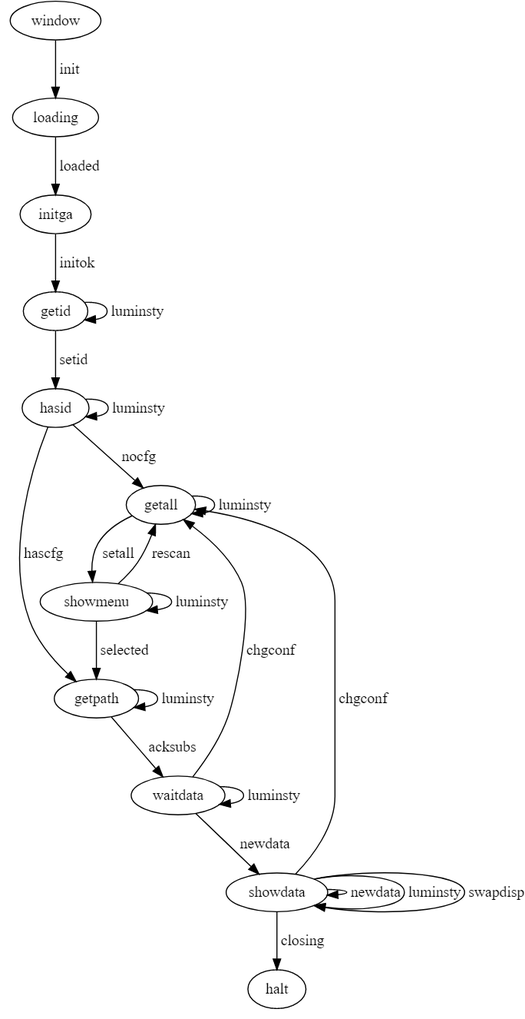
Before: instrujs/timestui/src/statemachine.png, a diagram exported from Graphviz (rgleason/dashboard_tactics_pi). Its source is kept beside it as instrujs/timestui/src/statemachine.dot.
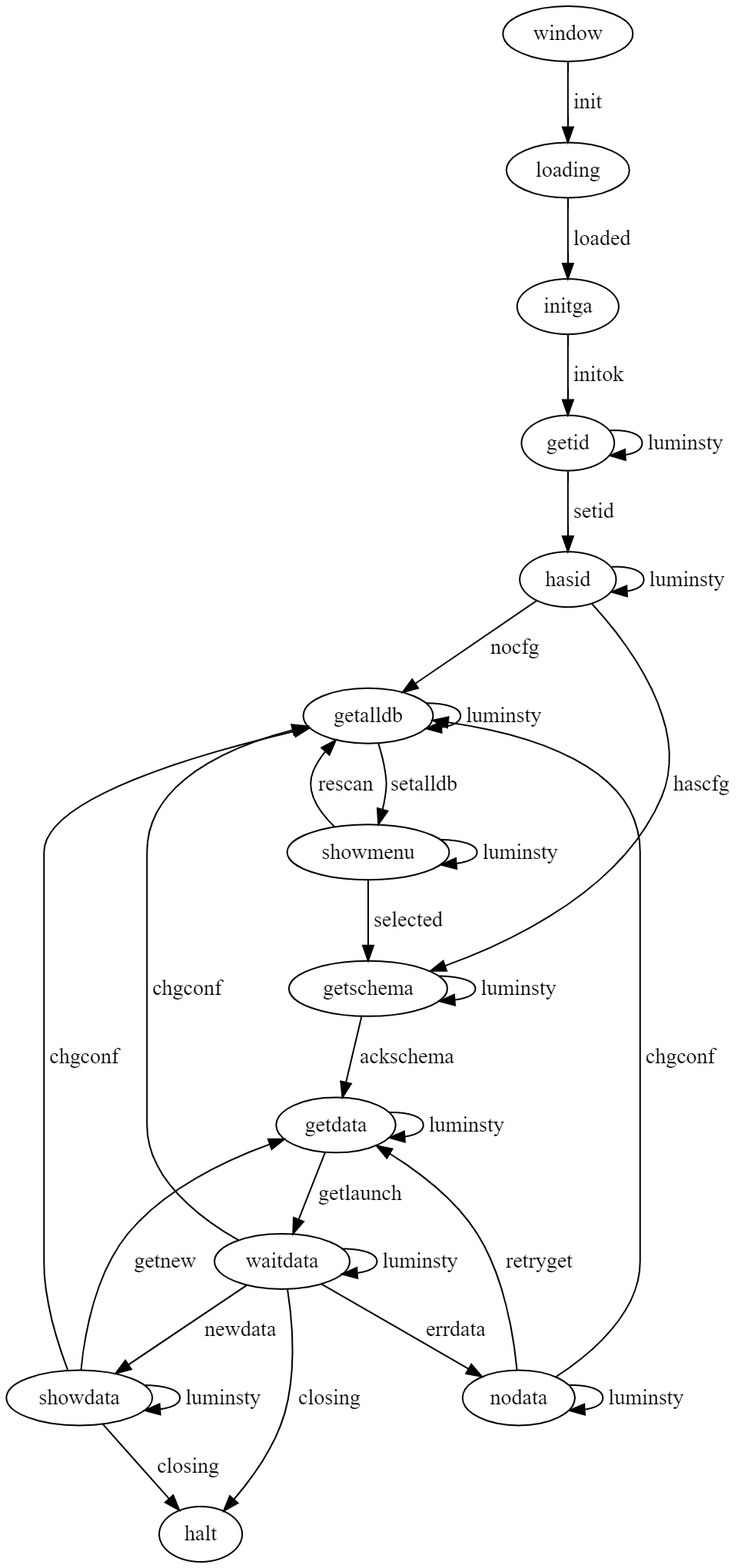
Later version of the same file.

Diff of the diagram source:
```diff
@@ -4,33 +4,41 @@
   "initga";
   "getid";
   "hasid";
-  "getall";
-  "getpath";
+  "getalldb";
+  "getschema";
   "showmenu";
+  "getdata";
+  "showdata";
   "waitdata";
-  "showdata";
+  "nodata";
   "halt";
   "window" -> "loading" [ label=" init " ];
   "loading" -> "initga" [ label=" loaded " ];
   "initga" -> "getid" [ label=" initok " ];
   "getid" -> "hasid" [ label=" setid " ];
-  "hasid" -> "getall" [ label=" nocfg " ];
-  "hasid" -> "getpath" [ label=" hascfg " ];
-  "getall" -> "showmenu" [ label=" setall " ];
-  "showmenu" -> "getall" [ label=" rescan " ];
-  "showmenu" -> "getpath" [ label=" selected " ];
-  "getpath" -> "waitdata" [ label=" acksubs " ];
+  "hasid" -> "getalldb" [ label=" nocfg " ];
+  "hasid" -> "getschema" [ label=" hascfg " ];
+  "getalldb" -> "showmenu" [ label=" setalldb " ];
+  "showmenu" -> "getalldb" [ label=" rescan " ];
+  "showmenu" -> "getschema" [ label=" selected " ];
+  "getschema" -> "getdata" [ label=" ackschema " ];
+  "showdata" -> "getdata" [ label=" getnew " ];
+  "getdata" -> "waitdata" [ label=" getlaunch " ];
   "waitdata" -> "showdata" [ label=" newdata " ];
-  "showdata" -> "showdata" [ label=" newdata " ];
-  "waitdata" -> "getall" [ label=" chgconf " ];
-  "showdata" -> "getall" [ label=" chgconf " ];
+  "waitdata" -> "nodata" [ label=" errdata " ];
+  "nodata" -> "getdata" [ label=" retryget " ];
+  "waitdata" -> "getalldb" [ label=" chgconf " ];
+  "showdata" -> "getalldb" [ label=" chgconf " ];
+  "nodata" -> "getalldb" [ label=" chgconf " ];
   "getid" -> "getid" [ label=" luminsty " ];
   "hasid" -> "hasid" [ label=" luminsty " ];
-  "getpath" -> "getpath" [ label=" luminsty " ];
+  "getschema" -> "getschema" [ label=" luminsty " ];
+  "getalldb" -> "getalldb" [ label=" luminsty " ];
+  "getdata" -> "getdata" [ label=" luminsty " ];
   "waitdata" -> "waitdata" [ label=" luminsty " ];
-  "getall" -> "getall" [ label=" luminsty " ];
+  "nodata" -> "nodata" [ label=" luminsty " ];
   "showmenu" -> "showmenu" [ label=" luminsty " ];
   "showdata" -> "showdata" [ label=" luminsty " ];
-  "showdata" -> "showdata" [ label=" swapdisp " ];
+  "waitdata" -> "halt" [ label=" closing " ];
   "showdata" -> "halt" [ label=" closing " ];
 }
```
